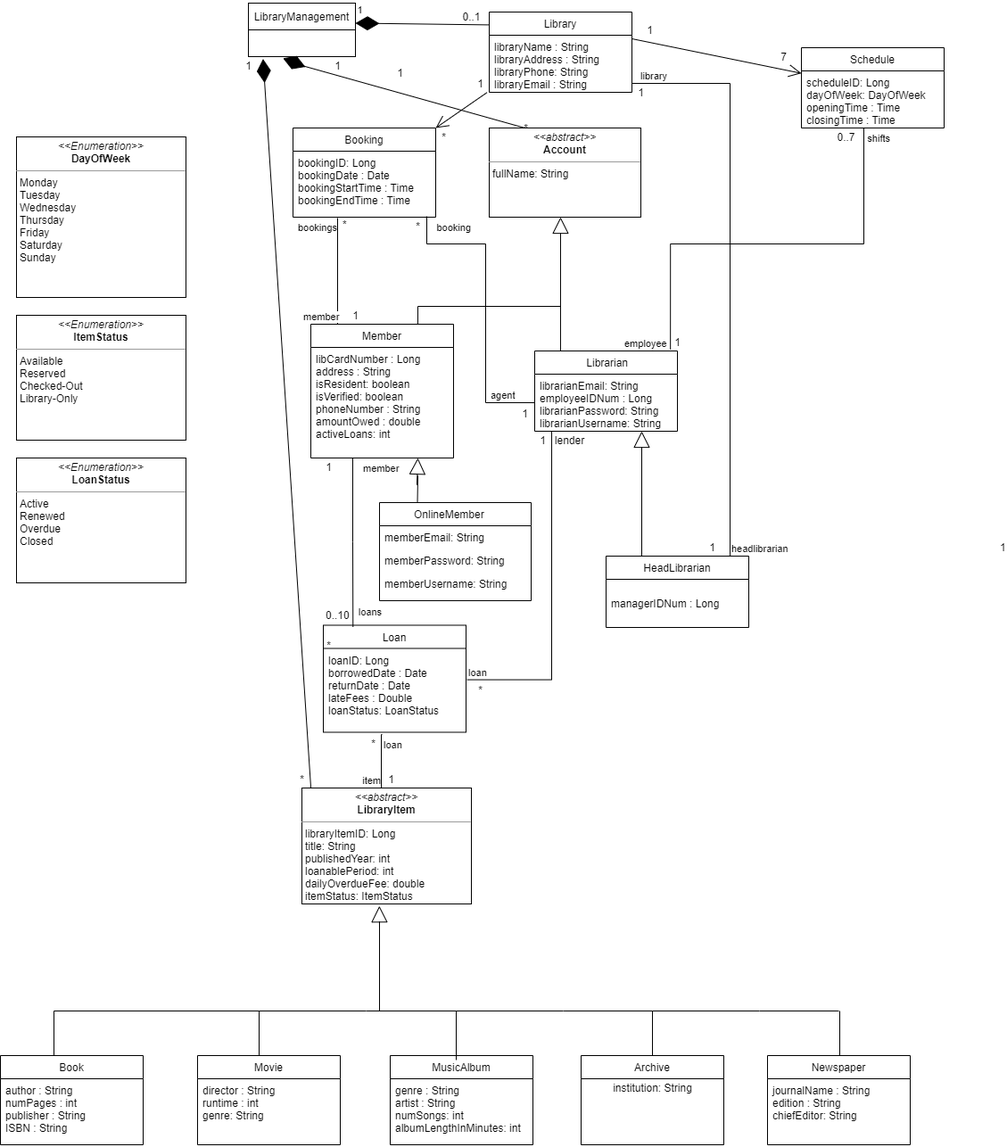
This is UML-Group -UML.drawio.png from McGill-ECSE321-Fall2021/project-group-09, a draw.io export, as it was before one commit. Source tidied: cells renumbered, new cells last; positions are measured from the earlier drawing's top-left corner, leaving out a move shared by most shapes.
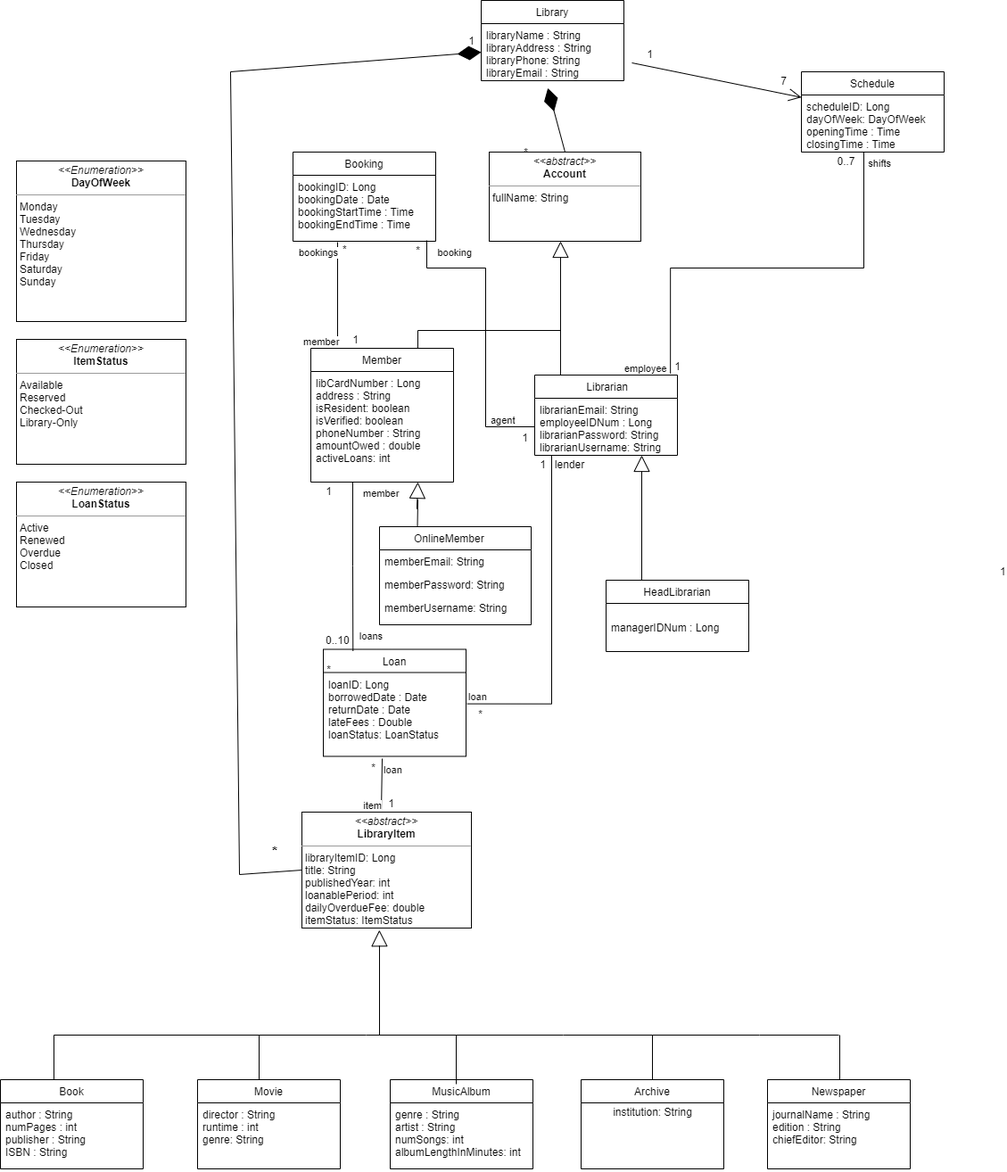
The same file after the commit.

Commit message:
update domain model according t deliverable 1 feedback

What changed in the source:
```diff
@@ -3,7 +3,7 @@
     <mxCell id="0" />
     <mxCell id="1" parent="0" />
     <mxCell id="2" value="Library" style="swimlane;fontStyle=0;align=center;verticalAlign=top;horizontal=1;startSize=26;rounded=0;shadow=0;strokeWidth=1;" parent="1" vertex="1">
-      <mxGeometry x="548" y="10" width="160" height="90" as="geometry" />
+      <mxGeometry x="539" y="-30" width="160" height="90" as="geometry" />
     </mxCell>
     <mxCell id="3" value="libraryName : String&#10;libraryAddress : String&#10;libraryPhone: String&#10;libraryEmail : String&#10;" style="text;align=left;verticalAlign=top;spacingLeft=4;spacingRight=4;overflow=hidden;points=[[0,0.5],[1,0.5]];portConstraint=eastwest;" parent="2" vertex="1">
       <mxGeometry y="26" width="160" height="64" as="geometry" />
@@ -163,32 +163,12 @@
         <mxPoint x="941" y="1180" as="targetPoint" />
       </mxGeometry>
     </mxCell>
-    <mxCell id="46" value="LibraryManagement" style="rounded=0;whiteSpace=wrap;html=1;" parent="1" vertex="1">
-      <mxGeometry x="278" width="120" height="30" as="geometry" />
-    </mxCell>
-    <mxCell id="47" style="rounded=0;whiteSpace=wrap;html=1;" parent="1" vertex="1">
-      <mxGeometry x="278" y="30" width="120" height="30" as="geometry" />
-    </mxCell>
-    <mxCell id="48" value="1" style="endArrow=diamondThin;endFill=1;endSize=24;html=1;rounded=0;entryX=1;entryY=0.75;entryDx=0;entryDy=0;exitX=-0.004;exitY=0.16;exitDx=0;exitDy=0;exitPerimeter=0;" parent="1" edge="1" source="2" target="46">
-      <mxGeometry x="0.94" y="-15" relative="1" as="geometry" />
-    </mxCell>
-    <mxCell id="49" style="endArrow=diamondThin;endFill=1;endSize=24;html=1;rounded=0;entryX=0.323;entryY=1.06;entryDx=0;entryDy=0;entryPerimeter=0;exitX=0.25;exitY=0;exitDx=0;exitDy=0;" parent="1" edge="1" target="47">
-      <mxGeometry relative="1" as="geometry">
-        <mxPoint x="588" y="140" as="sourcePoint" />
-        <Array as="points">
-          <mxPoint x="338" y="70" />
-        </Array>
-      </mxGeometry>
+    <mxCell id="49" style="endArrow=diamondThin;endFill=1;endSize=24;html=1;rounded=0;entryX=0.467;entryY=1.13;entryDx=0;entryDy=0;entryPerimeter=0;exitX=0.5;exitY=0;exitDx=0;exitDy=0;" parent="1" edge="1" source="105" target="3">
+      <mxGeometry relative="1" as="geometry" />
     </mxCell>
-    <mxCell id="50" value="0..1&lt;br&gt;" style="text;html=1;align=center;verticalAlign=middle;strokeColor=none;fillColor=none;" parent="1" vertex="1">
-      <mxGeometry x="508" y="5" width="40" height="20" as="geometry" />
+    <mxCell id="50" value="1" style="text;html=1;align=center;verticalAlign=middle;strokeColor=none;fillColor=none;" parent="1" vertex="1">
+      <mxGeometry x="518" y="5" width="20" height="20" as="geometry" />
     </mxCell>
-    <mxCell id="51" value="1" style="text;html=1;align=center;verticalAlign=middle;strokeColor=none;fillColor=none;" parent="1" vertex="1">
-      <mxGeometry x="368" y="60" width="20" height="20" as="geometry" />
-    </mxCell>
-    <mxCell id="52" value="1" style="text;html=1;align=center;verticalAlign=middle;strokeColor=none;fillColor=none;" parent="1" vertex="1">
-      <mxGeometry x="268" y="60" width="20" height="20" as="geometry" />
-    </mxCell>
     <mxCell id="53" value="*" style="text;html=1;align=center;verticalAlign=middle;strokeColor=none;fillColor=none;" parent="1" vertex="1">
       <mxGeometry x="358" y="710" width="20" height="20" as="geometry" />
     </mxCell>
@@ -326,34 +306,6 @@
     <mxCell id="82" value="0..7" style="text;html=1;align=center;verticalAlign=middle;strokeColor=none;fillColor=none;" parent="1" vertex="1">
       <mxGeometry x="928" y="140" width="40" height="20" as="geometry" />
     </mxCell>
-    <mxCell id="83" value="1" style="text;html=1;align=center;verticalAlign=middle;strokeColor=none;fillColor=none;" parent="1" vertex="1">
-      <mxGeometry x="438" y="68" width="20" height="20" as="geometry" />
-    </mxCell>
-    <mxCell id="84" style="endArrow=open;endFill=1;endSize=12;html=1;rounded=0;exitX=-0.015;exitY=1.003;exitDx=0;exitDy=0;exitPerimeter=0;entryX=1;entryY=0;entryDx=0;entryDy=0;" parent="1" edge="1" source="3" target="4">
-      <mxGeometry relative="1" as="geometry" />
-    </mxCell>
-    <mxCell id="85" style="endArrow=none;html=1;edgeStyle=orthogonalEdgeStyle;rounded=0;entryX=1;entryY=0.5;entryDx=0;entryDy=0;exitX=0.869;exitY=0;exitDx=0;exitDy=0;exitPerimeter=0;" parent="1" edge="1" source="8" target="3">
-      <mxGeometry relative="1" as="geometry">
-        <Array as="points">
-          <mxPoint x="818" y="90" />
-          <mxPoint x="708" y="90" />
-        </Array>
-      </mxGeometry>
-    </mxCell>
-    <mxCell id="86" value="headlibrarian" style="edgeLabel;html=1;align=left;verticalAlign=bottom;" parent="85" vertex="1">
-      <mxGeometry x="-1" relative="1" as="geometry" />
-    </mxCell>
-    <mxCell id="87" value="library" style="edgeLabel;html=1;align=right;verticalAlign=bottom;" parent="85" vertex="1">
-      <mxGeometry x="1" relative="1" as="geometry">
-        <mxPoint x="40" y="22" as="offset" />
-      </mxGeometry>
-    </mxCell>
-    <mxCell id="88" value="1" style="text;html=1;align=center;verticalAlign=middle;strokeColor=none;fillColor=none;" parent="1" vertex="1">
-      <mxGeometry x="708" y="90" width="20" height="20" as="geometry" />
-    </mxCell>
-    <mxCell id="89" value="1" style="text;html=1;align=center;verticalAlign=middle;strokeColor=none;fillColor=none;" parent="1" vertex="1">
-      <mxGeometry x="788" y="600" width="20" height="20" as="geometry" />
-    </mxCell>
     <mxCell id="90" style="endArrow=none;html=1;edgeStyle=orthogonalEdgeStyle;rounded=0;" parent="1" edge="1" source="11">
       <mxGeometry relative="1" as="geometry">
         <mxPoint x="478" y="239" as="targetPoint" />
@@ -375,12 +327,6 @@
         <mxPoint x="50" y="21" as="offset" />
       </mxGeometry>
     </mxCell>
-    <mxCell id="93" value="*" style="text;html=1;align=center;verticalAlign=middle;strokeColor=none;fillColor=none;" parent="1" vertex="1">
-      <mxGeometry x="487" y="140" width="20" height="20" as="geometry" />
-    </mxCell>
-    <mxCell id="94" value="1" style="text;html=1;align=center;verticalAlign=middle;strokeColor=none;fillColor=none;" parent="1" vertex="1">
-      <mxGeometry x="528" y="80" width="20" height="20" as="geometry" />
-    </mxCell>
     <mxCell id="95" value="1" style="text;html=1;align=center;verticalAlign=middle;strokeColor=none;fillColor=none;" parent="1" vertex="1">
       <mxGeometry x="578" y="450" width="20" height="20" as="geometry" />
     </mxCell>
@@ -437,14 +383,19 @@
     <mxCell id="108" value="&lt;p style=&quot;margin: 0px ; margin-top: 4px ; text-align: center&quot;&gt;&lt;i&gt;&amp;lt;&amp;lt;Enumeration&amp;gt;&amp;gt;&lt;/i&gt;&lt;br&gt;&lt;b&gt;DayOfWeek&lt;/b&gt;&lt;/p&gt;&lt;hr size=&quot;1&quot;&gt;&lt;p style=&quot;margin: 0px ; margin-left: 4px&quot;&gt;Monday&lt;/p&gt;&lt;p style=&quot;margin: 0px ; margin-left: 4px&quot;&gt;Tuesday&lt;/p&gt;&lt;p style=&quot;margin: 0px ; margin-left: 4px&quot;&gt;Wednesday&lt;/p&gt;&lt;p style=&quot;margin: 0px ; margin-left: 4px&quot;&gt;Thursday&lt;/p&gt;&lt;p style=&quot;margin: 0px ; margin-left: 4px&quot;&gt;Friday&lt;/p&gt;&lt;p style=&quot;margin: 0px ; margin-left: 4px&quot;&gt;Saturday&lt;/p&gt;&lt;p style=&quot;margin: 0px ; margin-left: 4px&quot;&gt;Sunday&lt;/p&gt;" style="verticalAlign=top;align=left;overflow=fill;fontSize=12;fontFamily=Helvetica;html=1;" parent="1" vertex="1">
       <mxGeometry x="18" y="150" width="190" height="180" as="geometry" />
     </mxCell>
-    <mxCell id="109" style="endArrow=diamondThin;endFill=1;endSize=24;html=1;rounded=0;entryX=0.137;entryY=1.087;entryDx=0;entryDy=0;entryPerimeter=0;exitX=0.053;exitY=0.002;exitDx=0;exitDy=0;exitPerimeter=0;" parent="1" edge="1" source="106" target="47">
-      <mxGeometry relative="1" as="geometry" />
+    <mxCell id="109" style="endArrow=diamondThin;endFill=1;endSize=24;html=1;rounded=0;entryX=0;entryY=0.5;entryDx=0;entryDy=0;exitX=0;exitY=0.5;exitDx=0;exitDy=0;" parent="1" edge="1" source="106" target="3">
+      <mxGeometry relative="1" as="geometry">
+        <Array as="points">
+          <mxPoint x="268" y="950" />
+          <mxPoint x="258" y="50" />
+        </Array>
+      </mxGeometry>
     </mxCell>
-    <mxCell id="110" value="*" style="text;html=1;align=center;verticalAlign=middle;strokeColor=none;fillColor=none;" parent="1" vertex="1">
-      <mxGeometry x="328" y="860" width="20" height="20" as="geometry" />
-    </mxCell>
     <mxCell id="111" value="1" style="text;html=1;align=center;verticalAlign=middle;strokeColor=none;fillColor=none;" parent="1" vertex="1">
       <mxGeometry x="358" y="510" width="20" height="20" as="geometry" />
     </mxCell>
+    <mxCell id="112" value="*" style="text;html=1;strokeColor=none;fillColor=none;align=center;verticalAlign=middle;whiteSpace=wrap;rounded=0;fontSize=16;fontStyle=1;" parent="1" vertex="1">
+      <mxGeometry x="278" y="910" width="60" height="30" as="geometry" />
+    </mxCell>
   </root>
 </mxGraphModel>
```
